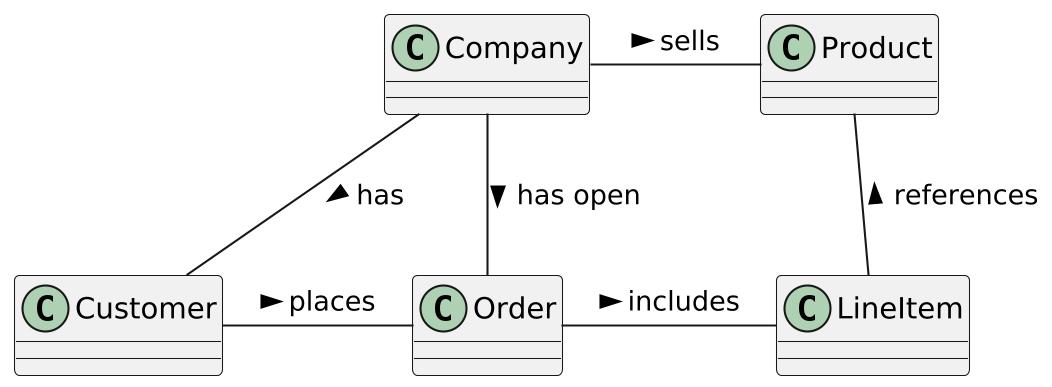
Before: Folien/Notebooks/Code-Along/13 Objektorientierte Analyse und Design/img/e-commerce-dm.png, a diagram exported from PlantUML (Coding-Academy-Munich/software-engineering-azav-de). Source of this version:
```plantuml
@startuml
skinparamlocked dpi 200
class Company
class Customer
class Product
class Order
class LineItem

Company - Product : sells >
Company -- Customer : has >
Customer - Order : places >
Order - LineItem : includes >
Product -- LineItem : references <
Company -- Order : has open  >

@enduml
```
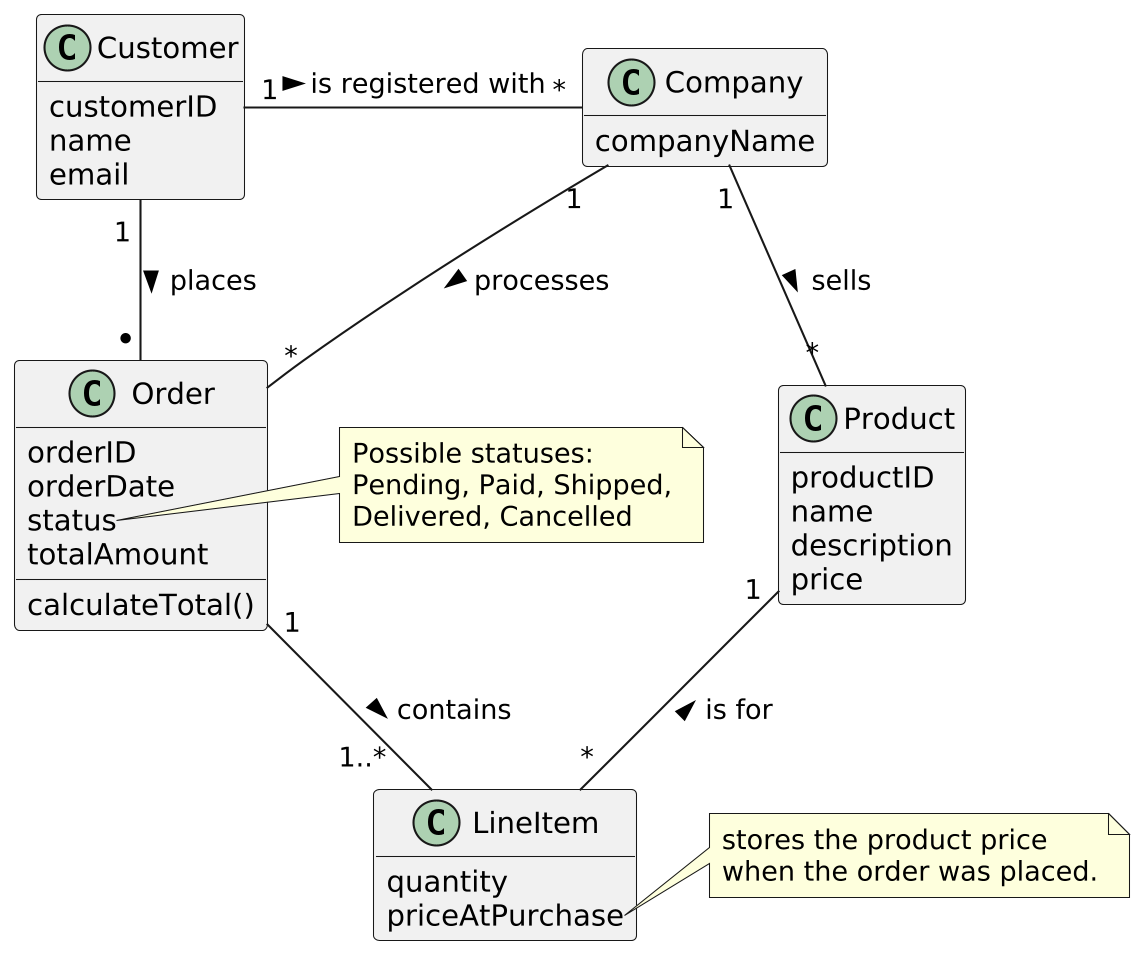
Later version of the same file.

Change to the diagram source:
```diff
@@ -1,16 +1,53 @@
 @startuml
 skinparamlocked dpi 200
-class Company
-class Customer
-class Product
-class Order
-class LineItem
+hide empty members
 
-Company - Product : sells >
-Company -- Customer : has >
-Customer - Order : places >
-Order - LineItem : includes >
-Product -- LineItem : references <
-Company -- Order : has open  >
+class Company {
+  companyName
+}
+
+class Customer {
+  customerID
+  name
+  email
+}
+
+class Product {
+  productID
+  name
+  description
+  price
+}
+
+class Order {
+  orderID
+  orderDate
+  status
+  totalAmount
+  calculateTotal()
+}
+
+class LineItem {
+  quantity
+  priceAtPurchase
+}
+
+Company "1" -- "*" Product : > sells
+Customer "1  " - "  *" Company : > is registered with
+Customer "1 " - "* " Order : > places
+Order "1" -- "1..*   " LineItem : > contains
+Product "1" -- "*" LineItem : < is for
+Company " 1" -- "*" Order : > processes
+
+note right of Order::status
+  Possible statuses:
+  Pending, Paid, Shipped,
+  Delivered, Cancelled
+end note
+
+note right of LineItem::priceAtPurchase
+  stores the product price
+  when the order was placed.
+end note
 
 @enduml
```
